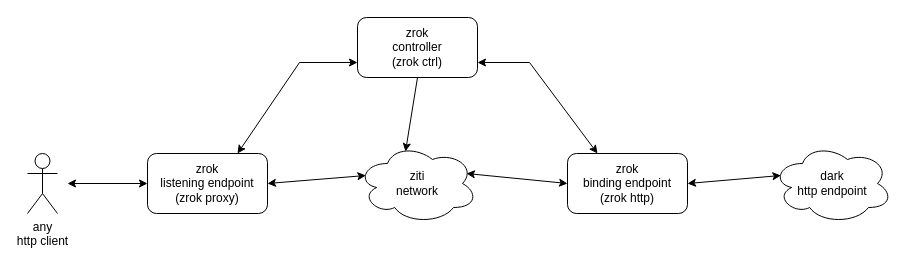
The draw.io diagram docs/images/zrok.drawio in openziti/zrok, before the edit. Source tidied: cells renumbered, new cells numbered last; positions are measured from the earlier drawing's top-left corner, leaving out a move shared by most shapes. Both pictures are drawn from the tidied source at 100%, with x=0, y=0 at pixel (27, 17).
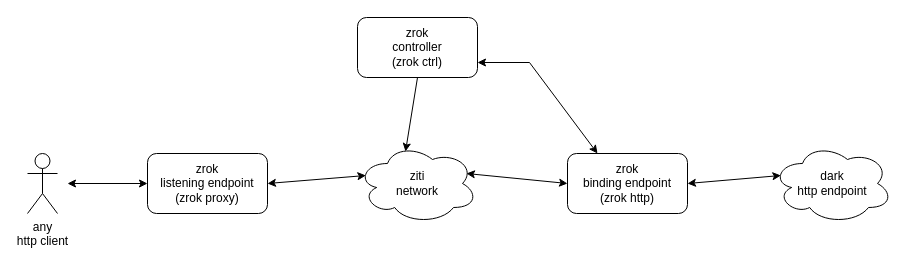
Above is the later version.

The edit, as a diff of the source:
```diff
@@
 <mxGraphModel>
   <root>
     <mxCell id="0" />
     <mxCell id="1" parent="0" />
     <mxCell id="2" value="ziti&lt;br&gt;network" style="ellipse;shape=cloud;whiteSpace=wrap;html=1;" parent="1" vertex="1">
       <mxGeometry x="330" y="126" width="120" height="80" as="geometry" />
     </mxCell>
     <mxCell id="3" value="zrok&lt;br&gt;binding endpoint&lt;br&gt;(zrok http)" style="rounded=1;whiteSpace=wrap;html=1;" parent="1" vertex="1">
       <mxGeometry x="540" y="136" width="120" height="60" as="geometry" />
     </mxCell>
     <mxCell id="4" value="dark&lt;br&gt;http endpoint" style="ellipse;shape=cloud;whiteSpace=wrap;html=1;" parent="1" vertex="1">
       <mxGeometry x="745" y="126" width="120" height="80" as="geometry" />
     </mxCell>
     <mxCell id="5" value="zrok&lt;br&gt;listening endpoint&lt;br&gt;(zrok proxy)" style="rounded=1;whiteSpace=wrap;html=1;" parent="1" vertex="1">
       <mxGeometry x="120" y="136" width="120" height="60" as="geometry" />
     </mxCell>
     <mxCell id="6" value="any&lt;br&gt;http client" style="shape=umlActor;verticalLabelPosition=bottom;verticalAlign=top;html=1;" parent="1" vertex="1">
       <mxGeometry y="136" width="30" height="60" as="geometry" />
     </mxCell>
     <mxCell id="7" style="endArrow=classic;startArrow=classic;html=1;rounded=0;entryX=0;entryY=0.5;entryDx=0;entryDy=0;" parent="1" edge="1" target="5">
       <mxGeometry relative="1" as="geometry">
         <mxPoint x="40" y="166" as="sourcePoint" />
       </mxGeometry>
     </mxCell>
     <mxCell id="8" style="endArrow=classic;startArrow=classic;html=1;rounded=0;entryX=0.07;entryY=0.4;entryDx=0;entryDy=0;entryPerimeter=0;exitX=1;exitY=0.5;exitDx=0;exitDy=0;" parent="1" edge="1" source="5" target="2">
       <mxGeometry relative="1" as="geometry" />
     </mxCell>
     <mxCell id="9" style="endArrow=classic;startArrow=classic;html=1;rounded=0;entryX=0;entryY=0.5;entryDx=0;entryDy=0;exitX=0.908;exitY=0.375;exitDx=0;exitDy=0;exitPerimeter=0;" parent="1" edge="1" source="2" target="3">
       <mxGeometry relative="1" as="geometry" />
     </mxCell>
     <mxCell id="10" style="endArrow=classic;startArrow=classic;html=1;rounded=0;entryX=0.07;entryY=0.4;entryDx=0;entryDy=0;entryPerimeter=0;exitX=1;exitY=0.5;exitDx=0;exitDy=0;" parent="1" edge="1" source="3" target="4">
       <mxGeometry relative="1" as="geometry" />
     </mxCell>
     <mxCell id="11" value="zrok&lt;br&gt;controller&lt;br&gt;(zrok ctrl)" style="rounded=1;whiteSpace=wrap;html=1;" parent="1" vertex="1">
       <mxGeometry x="330" width="120" height="60" as="geometry" />
     </mxCell>
     <mxCell id="12" style="endArrow=classic;html=1;rounded=0;exitX=0.5;exitY=1;exitDx=0;exitDy=0;entryX=0.4;entryY=0.1;entryDx=0;entryDy=0;entryPerimeter=0;" parent="1" edge="1" source="11" target="2">
       <mxGeometry relative="1" as="geometry" />
     </mxCell>
-    <mxCell id="13" style="endArrow=classic;html=1;rounded=0;exitX=0;exitY=0.75;exitDx=0;exitDy=0;entryX=0.75;entryY=0;entryDx=0;entryDy=0;startArrow=classic;startFill=1;" parent="1" edge="1" source="11" target="5">
-      <mxGeometry relative="1" as="geometry">
-        <Array as="points">
-          <mxPoint x="272" y="45" />
-        </Array>
-      </mxGeometry>
-    </mxCell>
     <mxCell id="14" style="endArrow=classic;html=1;rounded=0;exitX=1;exitY=0.75;exitDx=0;exitDy=0;entryX=0.25;entryY=0;entryDx=0;entryDy=0;endFill=1;startArrow=classic;startFill=1;" parent="1" edge="1" source="11" target="3">
       <mxGeometry relative="1" as="geometry">
         <Array as="points">
           <mxPoint x="502" y="45" />
         </Array>
       </mxGeometry>
     </mxCell>
   </root>
 </mxGraphModel>
```
